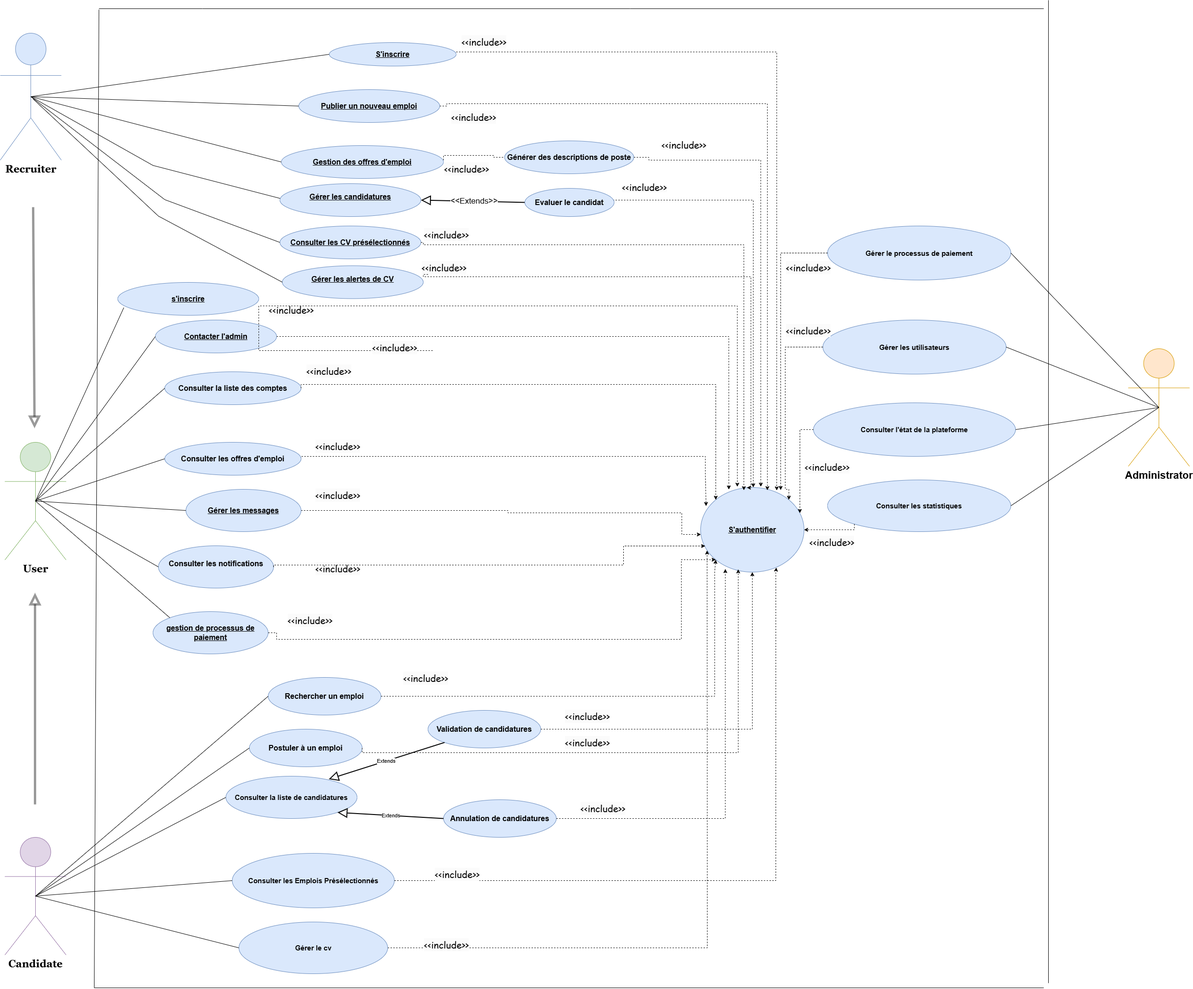
This is Diagramme cas d'utilisation.drawio.png from chirine1/-project, a draw.io export, as it was before one commit. Source tidied: cells renumbered, new cells last; positions are measured from the earlier drawing's top-left corner, leaving out a move shared by most shapes.
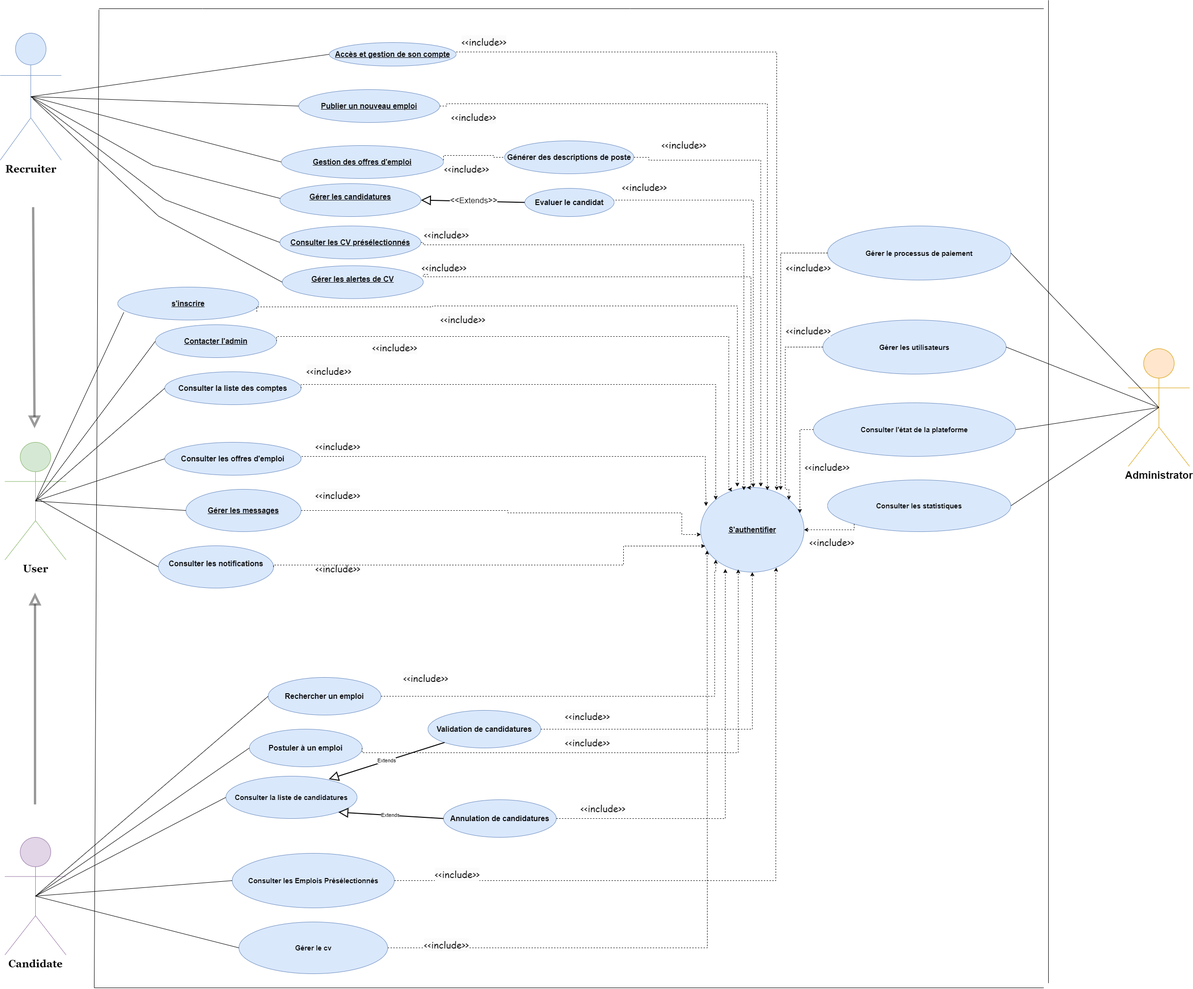
The same diagram one commit later.

Commit message:
Mettre à jour Diagramme cas d'utilisation.drawio.png

Change to the diagram source:
```diff
@@ -28,7 +28,7 @@
       <mxGeometry x="1073" y="299" width="275" height="70" as="geometry" />
     </mxCell>
     <mxCell id="7" value="&lt;b style=&quot;font-size: 16px; text-decoration-line: underline;&quot;&gt;Contacter l'admin&lt;/b&gt;" style="ellipse;whiteSpace=wrap;html=1;fillColor=#dae8fc;strokeColor=#6c8ebf;" parent="1" vertex="1">
-      <mxGeometry x="330" y="680" width="258" height="70" as="geometry" />
+      <mxGeometry x="330" y="690" width="258" height="70" as="geometry" />
     </mxCell>
     <mxCell id="8" style="edgeStyle=orthogonalEdgeStyle;rounded=0;jettySize=auto;html=1;dashed=1;exitX=1;exitY=0.5;exitDx=0;exitDy=0;" parent="1" edge="1" source="9" target="18">
       <mxGeometry relative="1" as="geometry">
@@ -77,7 +77,7 @@
     <mxCell id="18" value="&lt;b&gt;&lt;font face=&quot;Helvetica&quot; style=&quot;font-size: 16px;&quot;&gt;S'authentifier&lt;/font&gt;&lt;/b&gt;" style="ellipse;whiteSpace=wrap;html=1;align=center;fontStyle=4;fillColor=#dae8fc;strokeColor=#6c8ebf;" parent="1" vertex="1">
       <mxGeometry x="1490" y="1036" width="220" height="180" as="geometry" />
     </mxCell>
-    <mxCell id="19" value="&lt;b style=&quot;font-size: 16px;&quot;&gt;S'inscrire&lt;/b&gt;" style="ellipse;whiteSpace=wrap;html=1;align=center;fontStyle=4;fillColor=#dae8fc;strokeColor=#6c8ebf;" parent="1" vertex="1">
+    <mxCell id="19" value="&lt;b style=&quot;font-size: 16px;&quot;&gt;Accès et gestion de son compte&lt;/b&gt;" style="ellipse;whiteSpace=wrap;html=1;align=center;fontStyle=4;fillColor=#dae8fc;strokeColor=#6c8ebf;" parent="1" vertex="1">
       <mxGeometry x="700" y="90" width="270" height="50" as="geometry" />
     </mxCell>
     <mxCell id="20" style="endArrow=none;html=1;rounded=0;" parent="1" edge="1">
@@ -148,7 +148,7 @@
       <mxGeometry x="957.5" y="230" width="130" height="50" as="geometry" />
     </mxCell>
     <mxCell id="32" value="&lt;span style=&quot;color: rgb(0, 0, 0); font-family: &amp;quot;Comic Sans MS&amp;quot;; font-size: 20px; font-style: normal; font-variant-ligatures: normal; font-variant-caps: normal; font-weight: 400; letter-spacing: normal; orphans: 2; text-align: center; text-indent: 0px; text-transform: none; widows: 2; word-spacing: 0px; -webkit-text-stroke-width: 0px; background-color: rgb(251, 251, 251); text-decoration-thickness: initial; text-decoration-style: initial; text-decoration-color: initial; float: none; display: inline !important;&quot;&gt;&amp;lt;&amp;lt;include&amp;gt;&amp;gt;&lt;/span&gt;" style="text;whiteSpace=wrap;html=1;" parent="1" vertex="1">
-      <mxGeometry x="570" y="640" width="130" height="50" as="geometry" />
+      <mxGeometry x="935" y="660" width="130" height="50" as="geometry" />
     </mxCell>
     <mxCell id="33" value="&lt;span style=&quot;color: rgb(0, 0, 0); font-family: &amp;quot;Comic Sans MS&amp;quot;; font-size: 20px; font-style: normal; font-variant-ligatures: normal; font-variant-caps: normal; font-weight: 400; letter-spacing: normal; orphans: 2; text-align: center; text-indent: 0px; text-transform: none; widows: 2; word-spacing: 0px; -webkit-text-stroke-width: 0px; background-color: rgb(251, 251, 251); text-decoration-thickness: initial; text-decoration-style: initial; text-decoration-color: initial; float: none; display: inline !important;&quot;&gt;&amp;lt;&amp;lt;include&amp;gt;&amp;gt;&lt;/span&gt;" style="text;whiteSpace=wrap;html=1;" parent="1" vertex="1">
       <mxGeometry x="669.1" y="930" width="130" height="50" as="geometry" />
@@ -181,14 +181,11 @@
       <mxGeometry x="595" y="480" width="300" height="70" as="geometry" />
     </mxCell>
     <mxCell id="43" value="&lt;font face=&quot;Helvetica&quot; style=&quot;font-size: 16px;&quot;&gt;&lt;b style=&quot;&quot;&gt;s'inscrire&lt;/b&gt;&lt;/font&gt;" style="ellipse;whiteSpace=wrap;html=1;align=center;fontStyle=4;fillColor=#dae8fc;strokeColor=#6c8ebf;" parent="1" vertex="1">
-      <mxGeometry x="250" y="600" width="300" height="70" as="geometry" />
+      <mxGeometry x="250" y="610" width="300" height="70" as="geometry" />
     </mxCell>
     <mxCell id="44" value="&lt;div&gt;&lt;span style=&quot;font-size: 16px;&quot;&gt;&lt;b&gt;Consulter les notifications&lt;/b&gt;&lt;/span&gt;&lt;/div&gt;&lt;div&gt;&lt;br&gt;&lt;/div&gt;" style="ellipse;whiteSpace=wrap;html=1;fillColor=#dae8fc;strokeColor=#6c8ebf;" parent="1" vertex="1">
       <mxGeometry x="336.5" y="1160" width="245" height="90" as="geometry" />
     </mxCell>
-    <mxCell id="45" value="&lt;b style=&quot;font-size: 16px; text-decoration-line: underline;&quot;&gt;gestion de processus de paiement&lt;/b&gt;" style="ellipse;whiteSpace=wrap;html=1;fillColor=#dae8fc;strokeColor=#6c8ebf;" parent="1" vertex="1">
-      <mxGeometry x="325" y="1300" width="245" height="90" as="geometry" />
-    </mxCell>
     <mxCell id="46" value="&lt;b&gt;&lt;font style=&quot;font-size: 16px;&quot;&gt;Validation de candidatures&lt;/font&gt;&lt;/b&gt;" style="ellipse;whiteSpace=wrap;html=1;fillColor=#dae8fc;strokeColor=#6c8ebf;" parent="1" vertex="1">
       <mxGeometry x="910" y="1510" width="240" height="80" as="geometry" />
     </mxCell>
@@ -240,16 +237,6 @@
         </Array>
       </mxGeometry>
     </mxCell>
-    <mxCell id="58" style="edgeStyle=orthogonalEdgeStyle;rounded=0;jettySize=auto;html=1;exitX=1;exitY=0.5;exitDx=0;exitDy=0;dashed=1;entryX=0;entryY=1;entryDx=0;entryDy=0;" parent="1" edge="1" source="45" target="18">
-      <mxGeometry relative="1" as="geometry">
-        <Array as="points">
-          <mxPoint x="588" y="1345" />
-          <mxPoint x="588" y="1359" />
-          <mxPoint x="1449" y="1359" />
-          <mxPoint x="1449" y="1190" />
-        </Array>
-      </mxGeometry>
-    </mxCell>
     <mxCell id="59" style="edgeStyle=orthogonalEdgeStyle;rounded=0;jettySize=auto;html=1;exitX=1;exitY=0.5;exitDx=0;exitDy=0;dashed=1;entryX=0;entryY=0;entryDx=0;entryDy=0;" parent="1" edge="1" source="17" target="18">
       <mxGeometry relative="1" as="geometry">
         <Array as="points">
@@ -261,9 +248,6 @@
     <mxCell id="60" value="&lt;span style=&quot;color: rgb(0, 0, 0); font-family: &amp;quot;Comic Sans MS&amp;quot;; font-size: 20px; font-style: normal; font-variant-ligatures: normal; font-variant-caps: normal; font-weight: 400; letter-spacing: normal; orphans: 2; text-align: center; text-indent: 0px; text-transform: none; widows: 2; word-spacing: 0px; -webkit-text-stroke-width: 0px; background-color: rgb(251, 251, 251); text-decoration-thickness: initial; text-decoration-style: initial; text-decoration-color: initial; float: none; display: inline !important;&quot;&gt;&amp;lt;&amp;lt;include&amp;gt;&amp;gt;&lt;/span&gt;" style="text;whiteSpace=wrap;html=1;" parent="1" vertex="1">
       <mxGeometry x="650" y="770" width="130" height="50" as="geometry" />
     </mxCell>
-    <mxCell id="61" value="&lt;span style=&quot;color: rgb(0, 0, 0); font-family: &amp;quot;Comic Sans MS&amp;quot;; font-size: 20px; font-style: normal; font-variant-ligatures: normal; font-variant-caps: normal; font-weight: 400; letter-spacing: normal; orphans: 2; text-align: center; text-indent: 0px; text-transform: none; widows: 2; word-spacing: 0px; -webkit-text-stroke-width: 0px; background-color: rgb(251, 251, 251); text-decoration-thickness: initial; text-decoration-style: initial; text-decoration-color: initial; float: none; display: inline !important;&quot;&gt;&amp;lt;&amp;lt;include&amp;gt;&amp;gt;&lt;/span&gt;" style="text;whiteSpace=wrap;html=1;" parent="1" vertex="1">
-      <mxGeometry x="610" y="1300" width="130" height="50" as="geometry" />
-    </mxCell>
     <mxCell id="62" style="edgeStyle=orthogonalEdgeStyle;rounded=0;jettySize=auto;html=1;exitX=0;exitY=0;exitDx=0;exitDy=0;entryX=0;entryY=0.5;entryDx=0;entryDy=0;dashed=1;endArrow=none;endFill=0;" parent="1" edge="1" source="63" target="6">
       <mxGeometry relative="1" as="geometry">
         <Array as="points">
@@ -322,10 +306,11 @@
         </Array>
       </mxGeometry>
     </mxCell>
-    <mxCell id="69" style="edgeStyle=orthogonalEdgeStyle;rounded=0;jettySize=auto;html=1;exitX=1;exitY=0.5;exitDx=0;exitDy=0;dashed=1;entryX=0.355;entryY=-0.008;entryDx=0;entryDy=0;entryPerimeter=0;" parent="1" edge="1" source="113" target="18">
+    <mxCell id="69" style="edgeStyle=orthogonalEdgeStyle;rounded=0;jettySize=auto;html=1;dashed=1;entryX=0.355;entryY=-0.008;entryDx=0;entryDy=0;entryPerimeter=0;exitX=0.986;exitY=0.747;exitDx=0;exitDy=0;exitPerimeter=0;" parent="1" edge="1" source="43" target="18">
       <mxGeometry relative="1" as="geometry">
         <Array as="points">
-          <mxPoint x="550" y="650" />
+          <mxPoint x="920" y="652" />
+          <mxPoint x="920" y="650" />
           <mxPoint x="1568" y="650" />
         </Array>
       </mxGeometry>
@@ -407,9 +392,6 @@
     <mxCell id="89" style="endArrow=none;html=1;rounded=0;entryX=0;entryY=0.5;entryDx=0;entryDy=0;exitX=0.5;exitY=0.5;exitDx=0;exitDy=0;exitPerimeter=0;" parent="1" edge="1" source="4" target="9">
       <mxGeometry relative="1" as="geometry" />
     </mxCell>
-    <mxCell id="90" style="endArrow=none;html=1;rounded=0;entryX=0;entryY=0;entryDx=0;entryDy=0;exitX=0.5;exitY=0.5;exitDx=0;exitDy=0;exitPerimeter=0;" parent="1" edge="1" source="4" target="45">
-      <mxGeometry relative="1" as="geometry" />
-    </mxCell>
     <mxCell id="91" style="endArrow=none;html=1;rounded=0;entryX=0;entryY=0.5;entryDx=0;entryDy=0;exitX=0.5;exitY=0.5;exitDx=0;exitDy=0;exitPerimeter=0;" parent="1" edge="1" source="4" target="7">
       <mxGeometry relative="1" as="geometry" />
     </mxCell>
```
